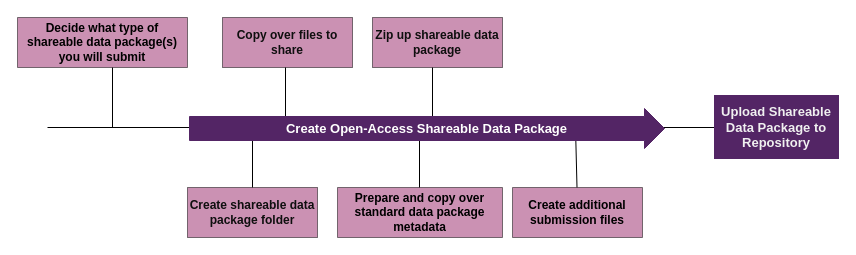
Before: docs/assets/prepare-sub-open.drawio in norc-heal/heal-data-pkg-guide, a draw.io diagram. Source tidied: cells renumbered, new cells numbered last; positions are measured from the earlier drawing's top-left corner, leaving out a move shared by most shapes. Both pictures are drawn from the tidied source at 100%, with x=0, y=0 at pixel (17, 17).
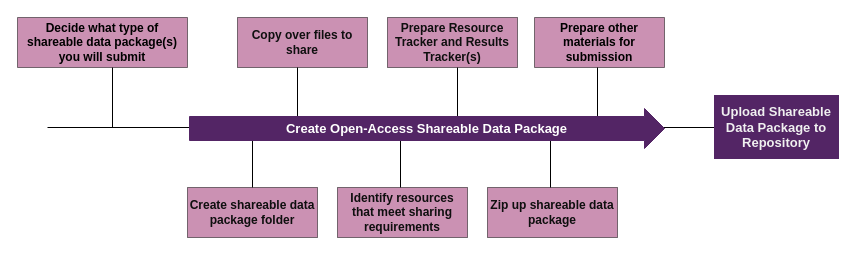
The same page after the edit.

Commit message (it also covers changes not shown here):
update data dictionary csv template links

What changed in the source:
```diff
@@
     <mxCell id="4" value="Copy over files to share" style="rounded=0;whiteSpace=wrap;html=1;fillColor=#982568;fontColor=#0F0F0F;fontStyle=1;opacity=50;" parent="1" vertex="1">
-      <mxGeometry x="205" width="130" height="50" as="geometry" />
+      <mxGeometry x="220" width="130" height="50" as="geometry" />
     </mxCell>
     <mxCell id="5" style="endArrow=none;html=1;fontColor=#0F0F0F;rounded=0;" parent="1" edge="1">
       <mxGeometry relative="1" as="geometry">
-        <mxPoint x="268" y="110" as="sourcePoint" />
-        <mxPoint x="268" y="50" as="targetPoint" />
+        <mxPoint x="280" y="110" as="sourcePoint" />
+        <mxPoint x="280" y="50" as="targetPoint" />
       </mxGeometry>
     </mxCell>
     <mxCell id="6" style="endArrow=none;html=1;fontColor=#0F0F0F;rounded=0;" parent="1" edge="1">
       <mxGeometry relative="1" as="geometry">
-        <mxPoint x="415" y="110" as="sourcePoint" />
-        <mxPoint x="415" y="50" as="targetPoint" />
+        <mxPoint x="440" y="110" as="sourcePoint" />
+        <mxPoint x="440" y="50" as="targetPoint" />
       </mxGeometry>
     </mxCell>
     <mxCell id="7" style="endArrow=none;html=1;fontColor=#0F0F0F;rounded=0;" parent="1" edge="1">
       <mxGeometry relative="1" as="geometry">
-        <mxPoint x="402" y="170" as="sourcePoint" />
-        <mxPoint x="402" y="110" as="targetPoint" />
+        <mxPoint x="383" y="170" as="sourcePoint" />
+        <mxPoint x="383" y="110" as="targetPoint" />
       </mxGeometry>
     </mxCell>
@@
-    <mxCell id="9" style="endArrow=none;html=1;fontColor=#0F0F0F;rounded=0;" parent="1" edge="1">
-      <mxGeometry relative="1" as="geometry">
-        <mxPoint x="558" y="110" as="sourcePoint" />
-        <mxPoint x="559.5" y="170" as="targetPoint" />
-      </mxGeometry>
-    </mxCell>
@@
-    <mxCell id="11" value="&lt;b&gt;Create additional submission files&lt;/b&gt;" style="swimlane;fontStyle=0;horizontal=1;startSize=50;whiteSpace=wrap;html=1;rounded=0;shadow=0;glass=0;fillColor=#982568;gradientColor=none;gradientDirection=radial;opacity=50;swimlaneLine=1;" parent="1" vertex="1" collapsed="1">
-      <mxGeometry x="495" y="170" width="130" height="50" as="geometry" />
+    <mxCell id="11" value="&lt;b&gt;Prepare other materials for submission&lt;/b&gt;" style="swimlane;fontStyle=0;horizontal=1;startSize=50;whiteSpace=wrap;html=1;rounded=0;shadow=0;glass=0;fillColor=#982568;gradientColor=none;gradientDirection=radial;opacity=50;swimlaneLine=1;" parent="1" vertex="1" collapsed="1">
+      <mxGeometry x="517" width="130" height="50" as="geometry" />
     </mxCell>
-    <mxCell id="12" value="&lt;b&gt;Prepare and copy over standard data package metadata&lt;/b&gt;" style="swimlane;fontStyle=0;horizontal=1;startSize=50;whiteSpace=wrap;html=1;rounded=0;shadow=0;glass=0;fillColor=#982568;gradientColor=none;gradientDirection=radial;opacity=50;" parent="1" vertex="1" collapsed="1">
-      <mxGeometry x="320" y="170" width="165" height="50" as="geometry" />
-    </mxCell>
@@
     <mxCell id="14" value="Zip up shareable data package" style="rounded=0;whiteSpace=wrap;html=1;fillColor=#982568;fontColor=#0F0F0F;fontStyle=1;opacity=50;" parent="1" vertex="1">
-      <mxGeometry x="355" width="130" height="50" as="geometry" />
+      <mxGeometry x="470" y="170" width="130" height="50" as="geometry" />
     </mxCell>
+    <mxCell id="17" value="Identify resources that meet sharing requirements" style="rounded=0;whiteSpace=wrap;html=1;fillColor=#982568;fontColor=#0F0F0F;fontStyle=1;opacity=50;" parent="1" vertex="1">
+      <mxGeometry x="320" y="170" width="130" height="50" as="geometry" />
+    </mxCell>
+    <mxCell id="18" value="Prepare Resource Tracker and Results Tracker(s)" style="rounded=0;whiteSpace=wrap;html=1;fillColor=#982568;fontColor=#0F0F0F;fontStyle=1;opacity=50;" parent="1" vertex="1">
+      <mxGeometry x="370" width="130" height="50" as="geometry" />
+    </mxCell>
+    <mxCell id="19" style="endArrow=none;html=1;fontColor=#0F0F0F;rounded=0;" parent="1" edge="1">
+      <mxGeometry relative="1" as="geometry">
+        <mxPoint x="533" y="170" as="sourcePoint" />
+        <mxPoint x="533" y="110" as="targetPoint" />
+      </mxGeometry>
+    </mxCell>
+    <mxCell id="20" style="endArrow=none;html=1;fontColor=#0F0F0F;rounded=0;" parent="1" edge="1">
+      <mxGeometry relative="1" as="geometry">
+        <mxPoint x="580" y="110" as="sourcePoint" />
+        <mxPoint x="580" y="50" as="targetPoint" />
+      </mxGeometry>
+    </mxCell>
+    <mxCell id="16" value="&lt;font color=&quot;#ffffff&quot; style=&quot;font-size: 13px;&quot;&gt;&lt;b style=&quot;font-size: 13px;&quot;&gt;Create Open-Access Shareable Data Package&lt;/b&gt;&lt;/font&gt;" style="shape=singleArrow;whiteSpace=wrap;html=1;arrowWidth=0.6;arrowSize=0.042105263157894736;fillColor=#532565;strokeColor=#532565;fontSize=13;labelBorderColor=none;" parent="1" vertex="1">
+      <mxGeometry x="172" y="91" width="475" height="40" as="geometry" />
+    </mxCell>
@@
-    <mxCell id="16" value="&lt;font color=&quot;#ffffff&quot; style=&quot;font-size: 13px;&quot;&gt;&lt;b style=&quot;font-size: 13px;&quot;&gt;Create Open-Access Shareable Data Package&lt;/b&gt;&lt;/font&gt;" style="shape=singleArrow;whiteSpace=wrap;html=1;arrowWidth=0.6;arrowSize=0.042105263157894736;fillColor=#532565;strokeColor=#532565;fontSize=13;labelBorderColor=none;" parent="1" vertex="1">
-      <mxGeometry x="172" y="91" width="475" height="40" as="geometry" />
-    </mxCell>
```
